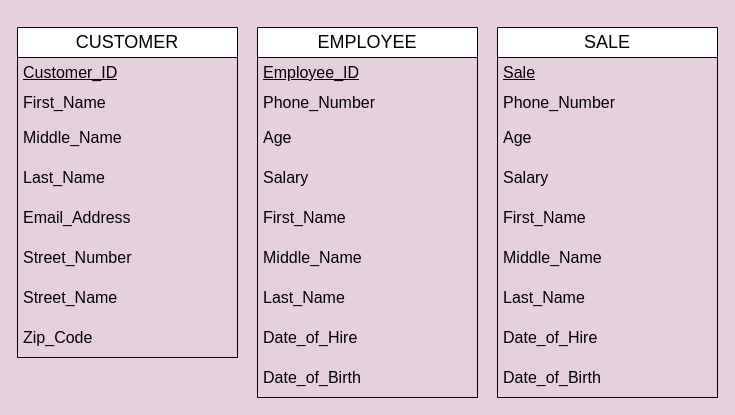
This is relational_schema.drawio from Tangerinn/newRepo, a draw.io file, before an edit. Source tidied: cells renumbered, new cells numbered last; positions are measured from the earlier drawing's top-left corner, leaving out a move shared by most shapes. Both pictures are drawn from the tidied source at 100%, with x=0, y=0 at pixel (17, 27).
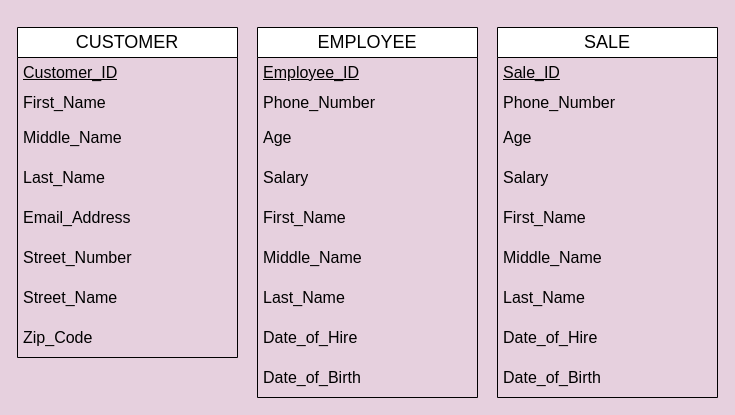
The same page after the edit.

Unchanged cells that the change refers to:
```xml
<mxCell id="21" value="&lt;h2 style=&quot;&quot;&gt;&lt;span style=&quot;font-weight: 400;&quot;&gt;SALE&lt;/span&gt;&lt;/h2&gt;" style="swimlane;fontStyle=0;horizontal=1;startSize=30;whiteSpace=wrap;html=1;" parent="1" vertex="1">
  <mxGeometry x="480" width="220" height="370" as="geometry" />
</mxCell>
```

What changed in the source:
```diff
@@
-    <mxCell id="22" value="&lt;div style=&quot;text-align: center;&quot;&gt;&lt;span style=&quot;font-size: 16px;&quot;&gt;&lt;u&gt;Sale&lt;/u&gt;&lt;/span&gt;&lt;/div&gt;" style="text;strokeColor=none;fillColor=none;align=left;verticalAlign=middle;spacingLeft=4;spacingRight=4;overflow=hidden;whiteSpace=wrap;html=1;" parent="21" vertex="1">
+    <mxCell id="22" value="&lt;div style=&quot;text-align: center;&quot;&gt;&lt;span style=&quot;font-size: 16px;&quot;&gt;&lt;u&gt;Sale_ID&lt;/u&gt;&lt;/span&gt;&lt;/div&gt;" style="text;strokeColor=none;fillColor=none;align=left;verticalAlign=middle;spacingLeft=4;spacingRight=4;overflow=hidden;whiteSpace=wrap;html=1;" parent="21" vertex="1">
       <mxGeometry y="30" width="220" height="30" as="geometry" />
     </mxCell>
```
